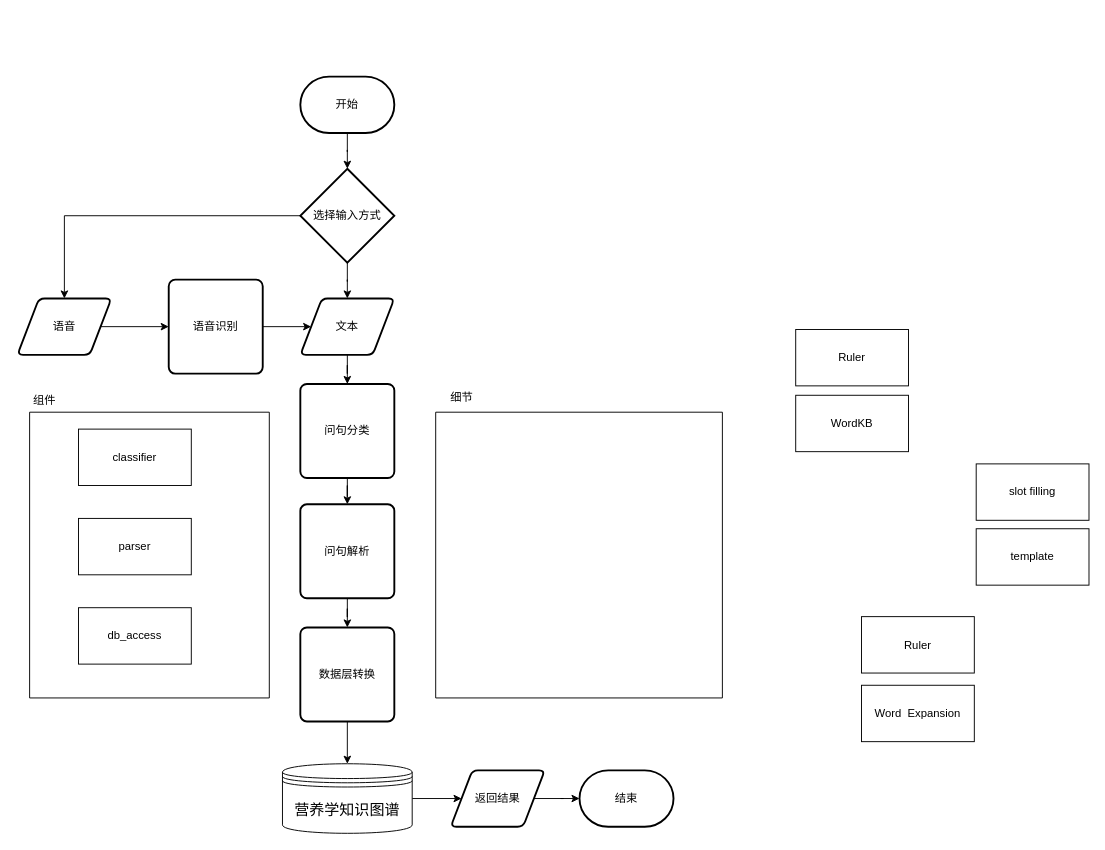
Earlier version of the draw.io diagram page "第 3 页" (3 of 6) of flowchart/毕设.drawio (honghangzhi/diagrams). Source tidied: cells renumbered, new cells numbered last; positions are measured from the earlier drawing's top-left corner, leaving out a move shared by most shapes. Both pictures are drawn from the tidied source at 94%, with x=0, y=0 at pixel (16, 76).
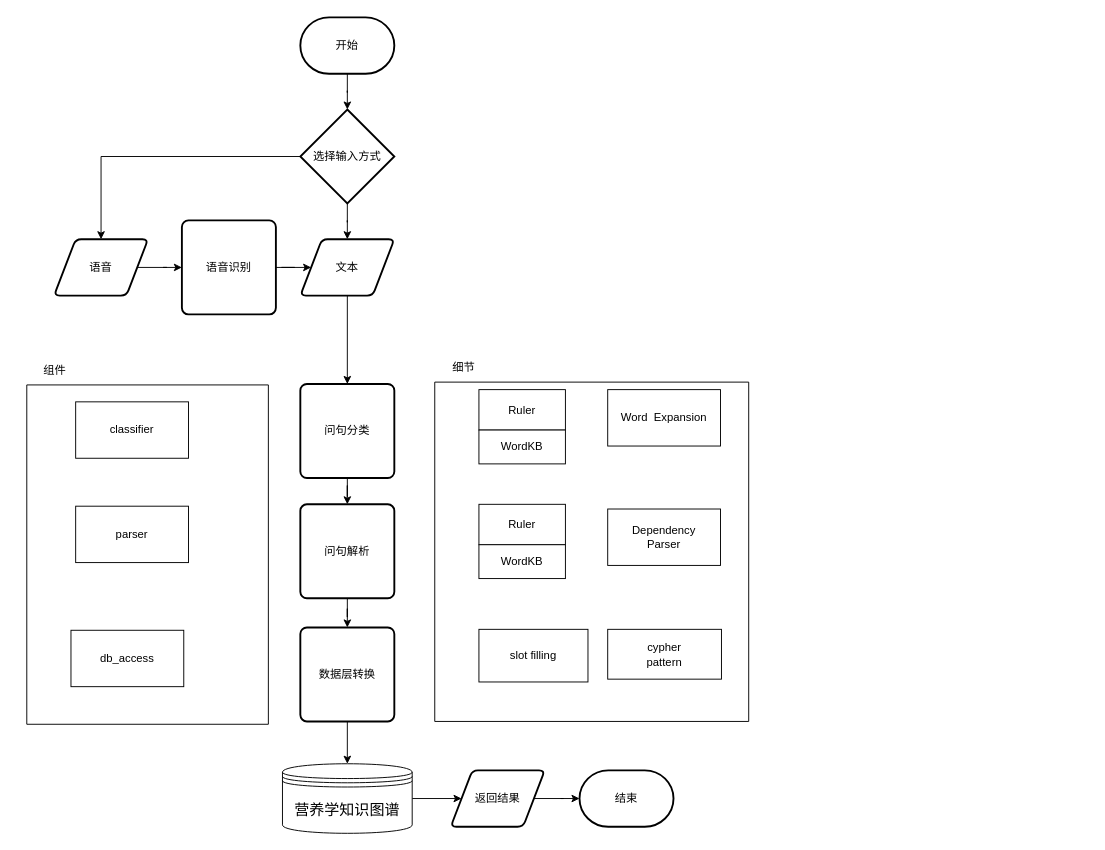
The same page after the edit.

Change to the diagram source:
```diff
@@
     <mxCell id="5" value="文本" style="shape=parallelogram;html=1;strokeWidth=2;perimeter=parallelogramPerimeter;whiteSpace=wrap;rounded=1;arcSize=12;size=0.23;" parent="1" vertex="1">
-      <mxGeometry x="302" y="236" width="100" height="60" as="geometry" />
+      <mxGeometry x="302" y="173" width="100" height="60" as="geometry" />
     </mxCell>
@@
     <mxCell id="7" value="语音" style="shape=parallelogram;html=1;strokeWidth=2;perimeter=parallelogramPerimeter;whiteSpace=wrap;rounded=1;arcSize=12;size=0.23;" parent="1" vertex="1">
-      <mxGeometry x="1" y="236" width="100" height="60" as="geometry" />
+      <mxGeometry x="40" y="173" width="100" height="60" as="geometry" />
     </mxCell>
@@
     <mxCell id="18" value="开始" style="strokeWidth=2;html=1;shape=mxgraph.flowchart.terminator;whiteSpace=wrap;" parent="1" vertex="1">
-      <mxGeometry x="302" width="100" height="60" as="geometry" />
+      <mxGeometry x="302" y="-63" width="100" height="60" as="geometry" />
     </mxCell>
     <mxCell id="19" style="swimlane;startSize=0;" parent="1" vertex="1">
-      <mxGeometry x="14" y="357" width="255" height="304" as="geometry" />
+      <mxGeometry x="11" y="328" width="257" height="361" as="geometry" />
     </mxCell>
@@
     <mxCell id="21" value="db_access" style="whiteSpace=wrap;html=1;" parent="19" vertex="1">
-      <mxGeometry x="52" y="208" width="120" height="60" as="geometry" />
+      <mxGeometry x="47" y="261" width="120" height="60" as="geometry" />
     </mxCell>
     <mxCell id="22" value="parser" style="whiteSpace=wrap;html=1;" parent="19" vertex="1">
-      <mxGeometry x="52" y="113" width="120" height="60" as="geometry" />
+      <mxGeometry x="52" y="129" width="120" height="60" as="geometry" />
     </mxCell>
-    <mxCell id="23" value="组件" style="text;html=1;strokeColor=none;fillColor=none;align=center;verticalAlign=middle;whiteSpace=wrap;rounded=0;" parent="19" vertex="1">
-      <mxGeometry x="-14" y="-27" width="60" height="30" as="geometry" />
-    </mxCell>
@@
     <mxCell id="26" value="选择输入方式" style="strokeWidth=2;html=1;shape=mxgraph.flowchart.decision;whiteSpace=wrap;" parent="1" vertex="1">
-      <mxGeometry x="302" y="98" width="100" height="100" as="geometry" />
+      <mxGeometry x="302" y="35" width="100" height="100" as="geometry" />
     </mxCell>
@@
     <mxCell id="28" value="语音识别" style="rounded=1;whiteSpace=wrap;html=1;absoluteArcSize=1;arcSize=14;strokeWidth=2;" parent="1" vertex="1">
-      <mxGeometry x="162" y="216" width="100" height="100" as="geometry" />
+      <mxGeometry x="176" y="153" width="100" height="100" as="geometry" />
     </mxCell>
     <mxCell id="29" style="swimlane;startSize=0;" parent="1" vertex="1">
-      <mxGeometry x="446" y="357" width="305" height="304" as="geometry" />
+      <mxGeometry x="445" y="325" width="334" height="361" as="geometry" />
     </mxCell>
+    <mxCell id="34" value="Ruler" style="rounded=0;whiteSpace=wrap;html=1;" parent="29" vertex="1">
+      <mxGeometry x="47" y="8" width="92" height="43" as="geometry" />
+    </mxCell>
+    <mxCell id="33" value="WordKB" style="rounded=0;whiteSpace=wrap;html=1;" parent="29" vertex="1">
+      <mxGeometry x="47" y="51" width="92" height="36" as="geometry" />
+    </mxCell>
+    <mxCell id="36" value="slot filling" style="rounded=0;whiteSpace=wrap;html=1;" parent="29" vertex="1">
+      <mxGeometry x="47" y="263" width="116" height="56" as="geometry" />
+    </mxCell>
+    <mxCell id="31" value="Ruler" style="rounded=0;whiteSpace=wrap;html=1;" parent="29" vertex="1">
+      <mxGeometry x="47" y="130" width="92" height="43" as="geometry" />
+    </mxCell>
+    <mxCell id="37" value="WordKB" style="rounded=0;whiteSpace=wrap;html=1;" parent="29" vertex="1">
+      <mxGeometry x="47" y="173" width="92" height="36" as="geometry" />
+    </mxCell>
+    <mxCell id="32" value="Word&amp;nbsp; Expansion" style="rounded=0;whiteSpace=wrap;html=1;" parent="29" vertex="1">
+      <mxGeometry x="184" y="8" width="120" height="60" as="geometry" />
+    </mxCell>
+    <mxCell id="35" value="Dependency&lt;br&gt;Parser" style="rounded=0;whiteSpace=wrap;html=1;" parent="29" vertex="1">
+      <mxGeometry x="184" y="135" width="120" height="60" as="geometry" />
+    </mxCell>
+    <mxCell id="38" value="cypher&lt;br&gt;pattern" style="rounded=0;whiteSpace=wrap;html=1;" parent="29" vertex="1">
+      <mxGeometry x="184" y="263" width="121" height="53" as="geometry" />
+    </mxCell>
+    <mxCell id="23" value="组件" style="text;html=1;strokeColor=none;fillColor=none;align=center;verticalAlign=middle;whiteSpace=wrap;rounded=0;" parent="1" vertex="1">
+      <mxGeometry x="11" y="298" width="60" height="30" as="geometry" />
+    </mxCell>
-    <mxCell id="30" value="细节" style="text;html=1;strokeColor=none;fillColor=none;align=center;verticalAlign=middle;whiteSpace=wrap;rounded=0;" parent="29" vertex="1">
-      <mxGeometry x="-2" y="-30" width="60" height="30" as="geometry" />
+    <mxCell id="30" value="细节" style="text;html=1;strokeColor=none;fillColor=none;align=center;verticalAlign=middle;whiteSpace=wrap;rounded=0;" parent="1" vertex="1">
+      <mxGeometry x="446" y="295" width="60" height="30" as="geometry" />
     </mxCell>
-    <mxCell id="31" value="Ruler" style="rounded=0;whiteSpace=wrap;html=1;" parent="1" vertex="1">
-      <mxGeometry x="899" y="574.5" width="120" height="60" as="geometry" />
-    </mxCell>
-    <mxCell id="32" value="Word&amp;nbsp; Expansion" style="rounded=0;whiteSpace=wrap;html=1;" parent="1" vertex="1">
-      <mxGeometry x="899" y="647.5" width="120" height="60" as="geometry" />
-    </mxCell>
-    <mxCell id="33" value="WordKB" style="rounded=0;whiteSpace=wrap;html=1;" parent="1" vertex="1">
-      <mxGeometry x="829" y="339" width="120" height="60" as="geometry" />
-    </mxCell>
-    <mxCell id="34" value="Ruler" style="rounded=0;whiteSpace=wrap;html=1;" parent="1" vertex="1">
-      <mxGeometry x="829" y="269" width="120" height="60" as="geometry" />
-    </mxCell>
-    <mxCell id="35" value="template" style="rounded=0;whiteSpace=wrap;html=1;" parent="1" vertex="1">
-      <mxGeometry x="1021" y="481" width="120" height="60" as="geometry" />
-    </mxCell>
-    <mxCell id="36" value="slot filling" style="rounded=0;whiteSpace=wrap;html=1;" parent="1" vertex="1">
-      <mxGeometry x="1021" y="412" width="120" height="60" as="geometry" />
-    </mxCell>
```
